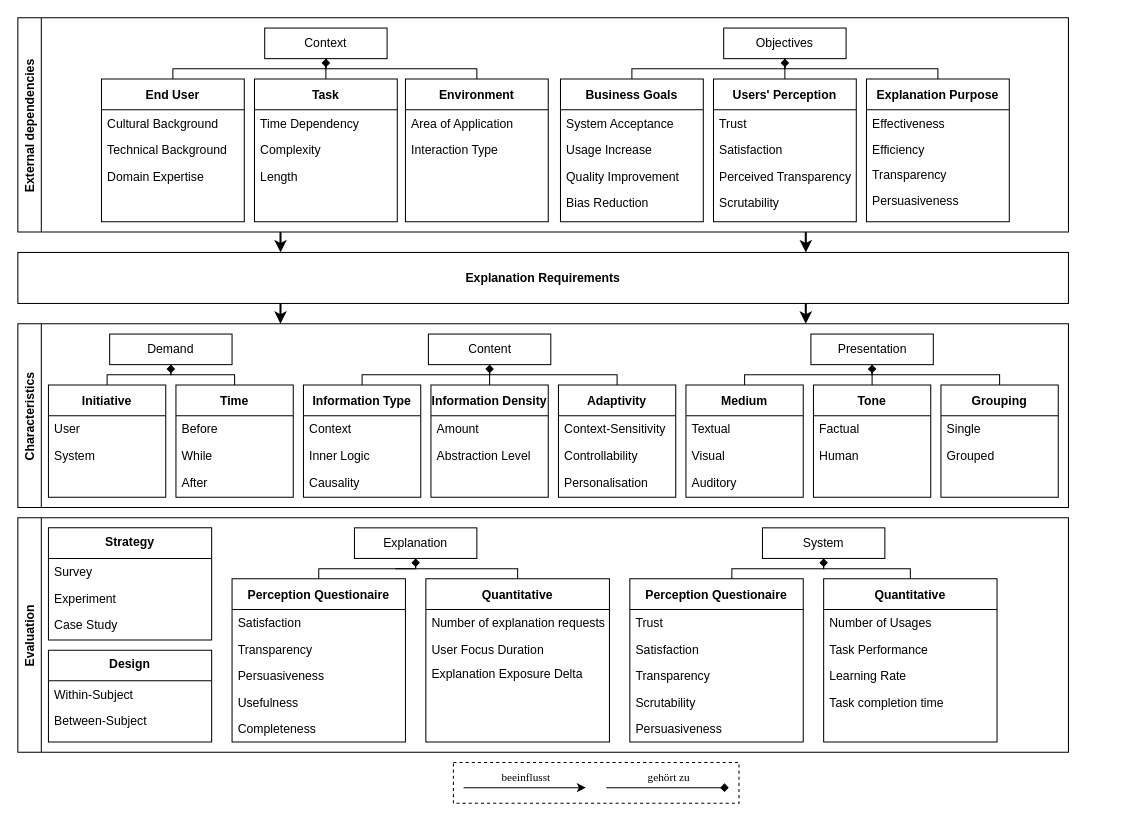
The draw.io diagram 02_additional_ressources/04_thesis_graphics_raw/01_explanation_model/explanation_model_v5.drawio in fonok3/Master-Thesis, before the edit. Source tidied: cells renumbered, new cells numbered last; positions are measured from the earlier drawing's top-left corner, leaving out a move shared by most shapes. Both pictures are drawn from the tidied source at 102%, with x=0, y=0 at pixel (17, 17).
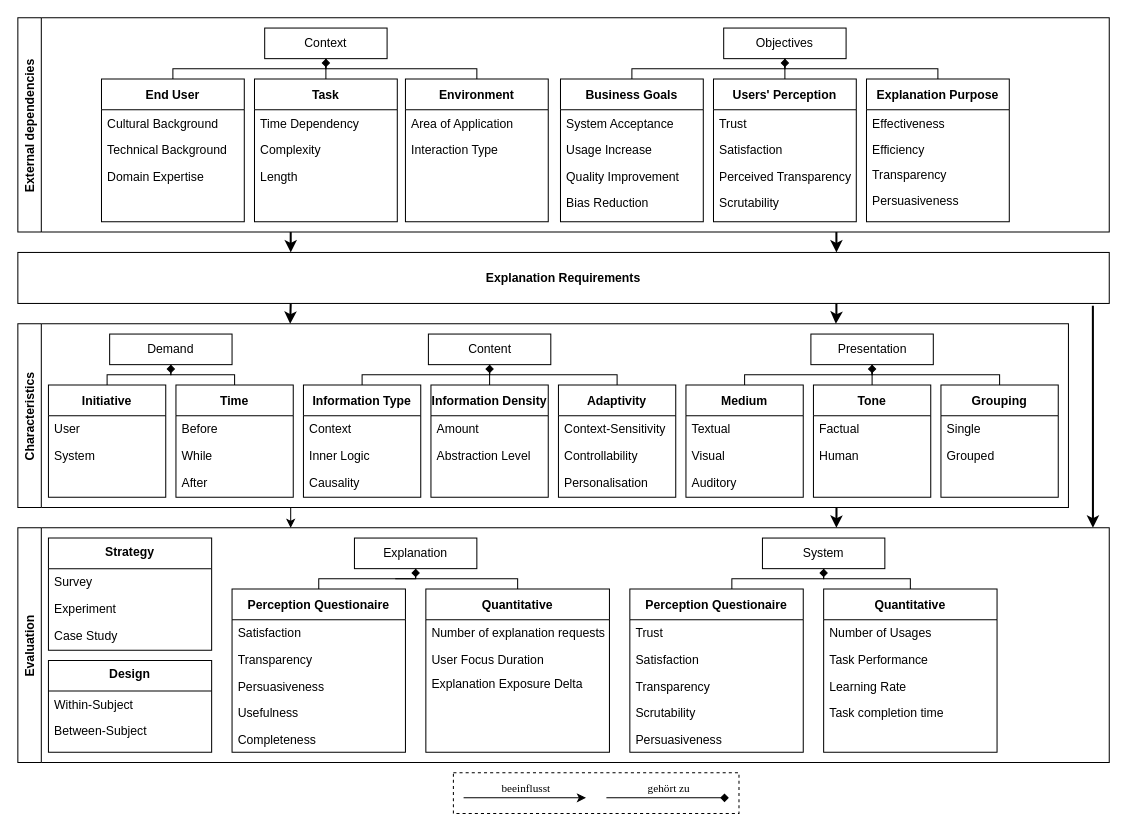
After the change.

The change refers to these unchanged cells:
```xml
<mxCell id="2" value="Characteristics" style="swimlane;horizontal=0;" parent="1" vertex="1">
  <mxGeometry y="300" width="1030" height="180" as="geometry" />
</mxCell>
```

The edit, as a diff of the source:
```diff
@@
+    <mxCell id="123" style="edgeStyle=orthogonalEdgeStyle;rounded=0;jettySize=auto;html=1;entryX=0.25;entryY=0;entryDx=0;entryDy=0;" parent="1" edge="1" target="42">
+      <mxGeometry relative="1" as="geometry">
+        <mxPoint x="270" y="480" as="sourcePoint" />
+      </mxGeometry>
+    </mxCell>
@@
+    <mxCell id="124" style="edgeStyle=orthogonalEdgeStyle;rounded=0;jettySize=auto;html=1;exitX=0.75;exitY=0;exitDx=0;exitDy=0;strokeWidth=2;startArrow=classic;startFill=1;endArrow=none;endFill=0;" parent="1" edge="1" source="42">
+      <mxGeometry relative="1" as="geometry">
+        <mxPoint x="802.6" y="480" as="targetPoint" />
+      </mxGeometry>
+    </mxCell>
     <mxCell id="42" value="Evaluation" style="swimlane;horizontal=0;" parent="1" vertex="1">
-      <mxGeometry y="490" width="1030" height="230" as="geometry" />
+      <mxGeometry y="500" width="1070" height="230" as="geometry" />
     </mxCell>
@@
     <mxCell id="79" value="External dependencies" style="swimlane;horizontal=0;" parent="1" vertex="1">
-      <mxGeometry width="1030" height="210" as="geometry" />
+      <mxGeometry width="1070" height="210" as="geometry" />
     </mxCell>
@@
-    <mxCell id="114" style="edgeStyle=orthogonalEdgeStyle;rounded=0;jettySize=auto;html=1;exitX=0.75;exitY=1;exitDx=0;exitDy=0;entryX=0.75;entryY=0;entryDx=0;entryDy=0;endArrow=classic;endFill=1;strokeWidth=2;" parent="1" edge="1" source="116" target="2">
-      <mxGeometry relative="1" as="geometry" />
+    <mxCell id="114" style="edgeStyle=orthogonalEdgeStyle;rounded=0;jettySize=auto;html=1;exitX=0.75;exitY=1;exitDx=0;exitDy=0;endArrow=classic;endFill=1;strokeWidth=2;" parent="1" edge="1" source="116">
+      <mxGeometry relative="1" as="geometry">
+        <mxPoint x="802" y="300" as="targetPoint" />
+        <Array as="points">
+          <mxPoint x="803" y="290" />
+        </Array>
+      </mxGeometry>
     </mxCell>
-    <mxCell id="115" style="edgeStyle=orthogonalEdgeStyle;rounded=0;jettySize=auto;html=1;exitX=0.25;exitY=1;exitDx=0;exitDy=0;entryX=0.25;entryY=0;entryDx=0;entryDy=0;endArrow=classic;endFill=1;strokeWidth=2;" parent="1" edge="1" source="116" target="2">
-      <mxGeometry relative="1" as="geometry" />
+    <mxCell id="115" style="edgeStyle=orthogonalEdgeStyle;rounded=0;jettySize=auto;html=1;exitX=0.25;exitY=1;exitDx=0;exitDy=0;endArrow=classic;endFill=1;strokeWidth=2;" parent="1" edge="1" source="116">
+      <mxGeometry relative="1" as="geometry">
+        <mxPoint x="267" y="300" as="targetPoint" />
+        <Array as="points">
+          <mxPoint x="267" y="280" />
+        </Array>
+      </mxGeometry>
     </mxCell>
+    <mxCell id="125" style="edgeStyle=orthogonalEdgeStyle;rounded=0;jettySize=auto;html=1;exitX=0.985;exitY=1.047;exitDx=0;exitDy=0;exitPerimeter=0;strokeWidth=2;" parent="1" edge="1" source="116">
+      <mxGeometry relative="1" as="geometry">
+        <mxPoint x="1054" y="500" as="targetPoint" />
+      </mxGeometry>
+    </mxCell>
     <mxCell id="116" value="&lt;span style=&quot;font-weight: 700 ; background-color: rgb(255 , 255 , 255)&quot;&gt;Explanation Requirements&lt;/span&gt;" style="rounded=0;whiteSpace=wrap;html=1;fillColor=none;" parent="1" vertex="1">
-      <mxGeometry y="230" width="1030" height="50" as="geometry" />
+      <mxGeometry y="230" width="1070" height="50" as="geometry" />
     </mxCell>
     <mxCell id="117" style="group;fontSize=11;" parent="1" vertex="1">
-      <mxGeometry x="427" y="730" width="280" height="40" as="geometry" />
+      <mxGeometry x="427" y="740" width="280" height="40" as="geometry" />
     </mxCell>
```
